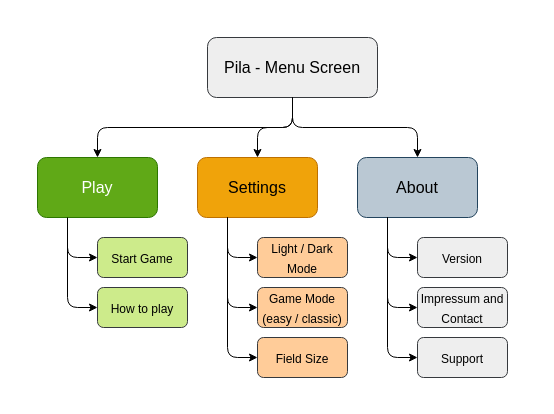
The draw.io diagram .drawio/app-concept.drawio in FOehlschlaeger/pila, before the edit. Source tidied: cells renumbered, new cells numbered last; positions are measured from the earlier drawing's top-left corner, leaving out a move shared by most shapes. Both pictures are drawn from the tidied source at 100%, with x=0, y=0 at pixel (17, 17).
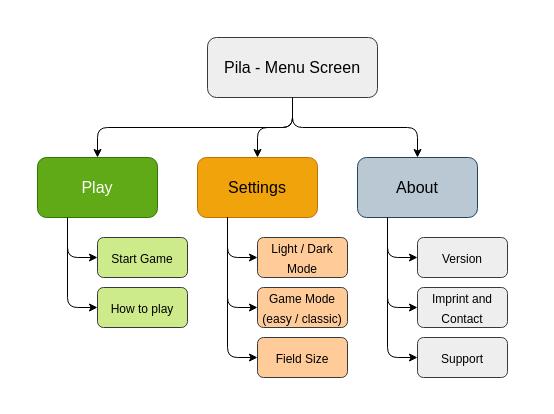
After the change.

Commit message (it also covers changes not shown here):
fix translation in readme and concept diagram

Change to the diagram source:
```diff
@@
-    <mxCell id="13" value="&lt;font style=&quot;font-size: 12px;&quot;&gt;Impressum and Contact&lt;/font&gt;" style="rounded=1;whiteSpace=wrap;html=1;fontSize=16;fillColor=#eeeeee;strokeColor=#36393d;" parent="4" vertex="1">
+    <mxCell id="13" value="&lt;font style=&quot;font-size: 12px;&quot;&gt;Imprint and Contact&lt;/font&gt;" style="rounded=1;whiteSpace=wrap;html=1;fontSize=16;fillColor=#eeeeee;strokeColor=#36393d;" parent="4" vertex="1">
       <mxGeometry x="400" y="270" width="90" height="40" as="geometry" />
     </mxCell>
```
